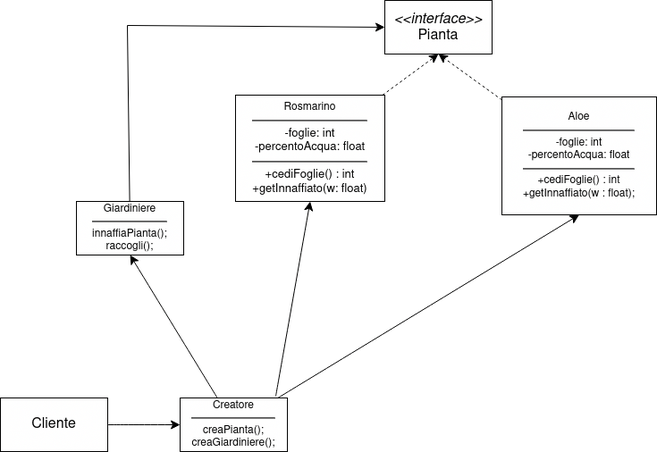
The draw.io diagram ProjectGarden/plantScheme.drawio.png in belligerentcrow/newProj, before a commit. Source tidied: cells renumbered, new cells last; positions are measured from the earlier drawing's top-left corner, leaving out a move shared by most shapes.
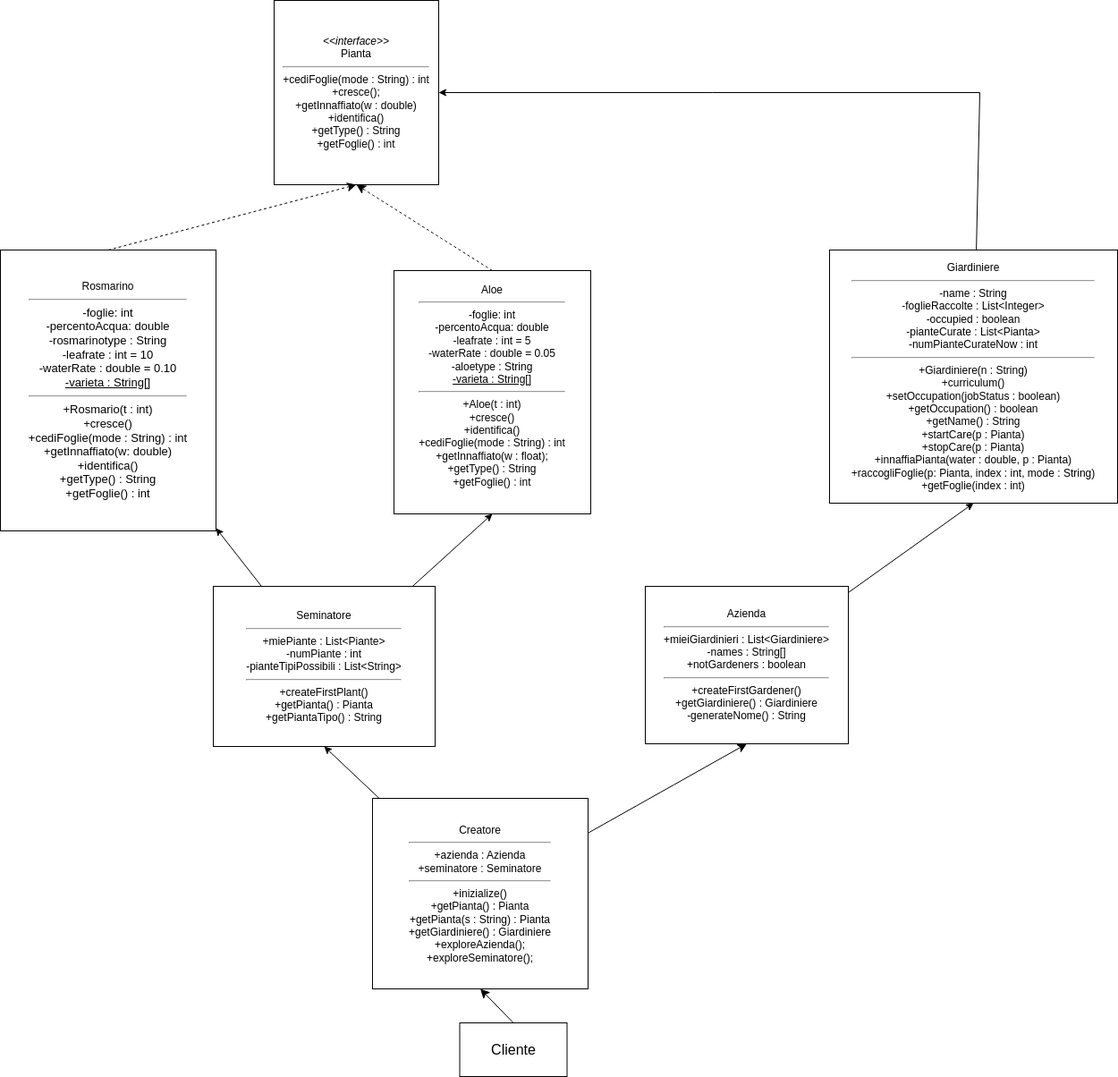
Above is the later version.

Diff of the diagram source:
```diff
@@ -2,50 +2,60 @@
   <root>
     <mxCell id="0" />
     <mxCell id="1" parent="0" />
-    <mxCell id="2" value="&lt;div&gt;&lt;i&gt;&lt;font style=&quot;font-size: 16px;&quot;&gt;&amp;lt;&amp;lt;interface&amp;gt;&amp;gt;&lt;br&gt;&lt;/font&gt;&lt;/i&gt;&lt;/div&gt;&lt;div&gt;&lt;font style=&quot;font-size: 16px;&quot;&gt;Pianta&lt;/font&gt;&lt;/div&gt;" style="rounded=0;whiteSpace=wrap;html=1;" parent="1" vertex="1">
-      <mxGeometry x="430" width="120" height="60" as="geometry" />
+    <mxCell id="2" value="&lt;i&gt;&amp;lt;&amp;lt;interface&amp;gt;&amp;gt;&lt;/i&gt;&lt;br&gt;Pianta&lt;br&gt;&lt;hr&gt;+cediFoglie(mode : String) : int&lt;br&gt;+cresce();&lt;br&gt;+getInnaffiato(w : double)&lt;br&gt;+identifica()&lt;br&gt;+getType() : String&lt;br&gt;+getFoglie() : int" style="rounded=0;whiteSpace=wrap;html=1;" parent="1" vertex="1">
+      <mxGeometry x="69" y="-429" width="184" height="206" as="geometry" />
     </mxCell>
     <mxCell id="3" value="&lt;font style=&quot;font-size: 16px;&quot;&gt;Cliente&lt;/font&gt;" style="rounded=0;whiteSpace=wrap;html=1;" parent="1" vertex="1">
-      <mxGeometry y="445" width="120" height="60" as="geometry" />
+      <mxGeometry x="276.5" y="714" width="120" height="60" as="geometry" />
     </mxCell>
-    <mxCell id="4" style="endArrow=classic;html=1;rounded=0;fontSize=12;startSize=8;endSize=8;curved=1;entryX=0;entryY=0.5;entryDx=0;entryDy=0;exitX=1;exitY=0.5;exitDx=0;exitDy=0;" parent="1" edge="1" source="3" target="12">
+    <mxCell id="4" style="endArrow=classic;html=1;rounded=0;fontSize=12;startSize=8;endSize=8;entryX=0.5;entryY=1;entryDx=0;entryDy=0;exitX=0.5;exitY=0;exitDx=0;exitDy=0;" parent="1" edge="1" source="3" target="12">
       <mxGeometry relative="1" as="geometry" />
     </mxCell>
-    <mxCell id="5" style="edgeStyle=none;curved=0;rounded=0;jettySize=auto;html=1;entryX=0.5;entryY=1;entryDx=0;entryDy=0;fontSize=12;startSize=8;endSize=8;dashed=1;" parent="1" edge="1" source="6" target="2">
+    <mxCell id="5" style="edgeStyle=none;curved=0;rounded=0;jettySize=auto;html=1;entryX=0.5;entryY=1;entryDx=0;entryDy=0;fontSize=12;startSize=8;endSize=8;dashed=1;exitX=0.5;exitY=0;exitDx=0;exitDy=0;" parent="1" edge="1" source="6" target="2">
       <mxGeometry relative="1" as="geometry" />
     </mxCell>
-    <mxCell id="6" value="&lt;div&gt;&lt;font style=&quot;font-size: 12px;&quot;&gt;Rosmarino&lt;/font&gt;&lt;br&gt;&lt;hr&gt;&lt;font style=&quot;font-size: 13px;&quot;&gt;-foglie: int&lt;/font&gt;&lt;/div&gt;&lt;div&gt;&lt;font style=&quot;font-size: 13px;&quot;&gt;-percentoAcqua: float&lt;br&gt;&lt;/font&gt;&lt;/div&gt;&lt;div style=&quot;font-size: 13px;&quot;&gt;&lt;hr&gt;+cediFoglie() : int&lt;font style=&quot;font-size: 13px;&quot;&gt;&lt;br&gt;&lt;/font&gt;&lt;/div&gt;&lt;div style=&quot;font-size: 13px;&quot;&gt;&lt;font style=&quot;font-size: 13px;&quot;&gt;+getInnaffiato(w: float)&lt;br&gt;&lt;/font&gt;&lt;/div&gt;" style="rounded=0;whiteSpace=wrap;html=1;spacing=0;" parent="1" vertex="1">
-      <mxGeometry x="263" y="106" width="167" height="119" as="geometry" />
+    <mxCell id="6" value="&lt;div&gt;&lt;font style=&quot;font-size: 12px;&quot;&gt;Rosmarino&lt;/font&gt;&lt;br&gt;&lt;hr&gt;&lt;font style=&quot;font-size: 13px;&quot;&gt;-foglie: int&lt;/font&gt;&lt;/div&gt;&lt;div&gt;&lt;font style=&quot;font-size: 13px;&quot;&gt;-percentoAcqua: double&lt;br&gt;&lt;/font&gt;&lt;/div&gt;&lt;div&gt;&lt;font style=&quot;font-size: 13px;&quot;&gt;-rosmarinotype : String&lt;/font&gt;&lt;/div&gt;&lt;div&gt;&lt;font style=&quot;font-size: 13px;&quot;&gt;-leafrate : int = 10&lt;/font&gt;&lt;/div&gt;&lt;div&gt;&lt;font style=&quot;font-size: 13px;&quot;&gt;-waterRate : double = 0.10&lt;/font&gt;&lt;/div&gt;&lt;div&gt;&lt;font style=&quot;font-size: 13px;&quot;&gt;&lt;u&gt;-varieta : String[]&lt;/u&gt;&lt;/font&gt;&lt;/div&gt;&lt;div style=&quot;font-size: 13px;&quot;&gt;&lt;hr&gt;+Rosmario(t : int)&lt;/div&gt;&lt;div style=&quot;font-size: 13px;&quot;&gt;+cresce()&lt;/div&gt;&lt;div style=&quot;font-size: 13px;&quot;&gt;+cediFoglie(mode : String) : int&lt;font style=&quot;font-size: 13px;&quot;&gt;&lt;br&gt;&lt;/font&gt;&lt;/div&gt;&lt;div style=&quot;font-size: 13px;&quot;&gt;&lt;font style=&quot;font-size: 13px;&quot;&gt;+getInnaffiato(w: double)&lt;br&gt;&lt;/font&gt;&lt;/div&gt;&lt;div style=&quot;font-size: 13px;&quot;&gt;&lt;font style=&quot;font-size: 13px;&quot;&gt;+identifica()&lt;/font&gt;&lt;/div&gt;&lt;div style=&quot;font-size: 13px;&quot;&gt;&lt;font style=&quot;font-size: 13px;&quot;&gt;+getType() : String&lt;/font&gt;&lt;/div&gt;&lt;div style=&quot;font-size: 13px;&quot;&gt;&lt;font style=&quot;font-size: 13px;&quot;&gt;+getFoglie() : int&lt;/font&gt;&lt;/div&gt;" style="rounded=0;whiteSpace=wrap;html=1;spacing=0;" parent="1" vertex="1">
+      <mxGeometry x="-237" y="-150" width="241" height="314" as="geometry" />
     </mxCell>
-    <mxCell id="7" style="edgeStyle=none;curved=1;rounded=0;jettySize=auto;html=1;entryX=0.5;entryY=1;entryDx=0;entryDy=0;fontSize=12;startSize=8;endSize=8;dashed=1;" parent="1" edge="1" source="8" target="2">
+    <mxCell id="7" style="edgeStyle=none;curved=1;rounded=0;jettySize=auto;html=1;entryX=0.5;entryY=1;entryDx=0;entryDy=0;fontSize=12;startSize=8;endSize=8;dashed=1;exitX=0.5;exitY=0;exitDx=0;exitDy=0;" parent="1" edge="1" source="8" target="2">
       <mxGeometry relative="1" as="geometry" />
     </mxCell>
-    <mxCell id="8" value="&lt;div&gt;&lt;font style=&quot;font-size: 12px;&quot;&gt;Aloe&lt;br&gt;&lt;/font&gt;&lt;/div&gt;&lt;div&gt;&lt;hr&gt;&lt;font style=&quot;font-size: 12px;&quot;&gt;-foglie: int&lt;/font&gt;&lt;/div&gt;&lt;div&gt;&lt;font style=&quot;font-size: 12px;&quot;&gt;-percentoAcqua: float&lt;br&gt;&lt;/font&gt;&lt;/div&gt;&lt;div&gt;&lt;hr&gt;+cediFoglie() : int&lt;font style=&quot;font-size: 12px;&quot;&gt;&lt;br&gt;&lt;/font&gt;&lt;/div&gt;&lt;div&gt;&lt;font style=&quot;font-size: 12px;&quot;&gt;+getInnaffiato(w : float);&lt;br&gt;&lt;/font&gt;&lt;/div&gt;" style="rounded=0;whiteSpace=wrap;html=1;spacing=0;" parent="1" vertex="1">
-      <mxGeometry x="561" y="108" width="173" height="132" as="geometry" />
+    <mxCell id="8" value="&lt;div&gt;&lt;font style=&quot;font-size: 12px;&quot;&gt;Aloe&lt;br&gt;&lt;/font&gt;&lt;/div&gt;&lt;div&gt;&lt;hr&gt;&lt;font style=&quot;font-size: 12px;&quot;&gt;-foglie: int&lt;/font&gt;&lt;/div&gt;&lt;div&gt;&lt;font style=&quot;font-size: 12px;&quot;&gt;-percentoAcqua: double&lt;br&gt;&lt;/font&gt;&lt;/div&gt;&lt;div&gt;-leafrate : int = 5&lt;/div&gt;&lt;div&gt;-waterRate : double = 0.05&lt;/div&gt;&lt;div&gt;-aloetype : String&lt;/div&gt;&lt;div&gt;&lt;u&gt;-varieta : String[]&lt;/u&gt;&lt;/div&gt;&lt;div&gt;&lt;hr&gt;+Aloe(t : int)&lt;/div&gt;&lt;div&gt;+cresce()&lt;/div&gt;&lt;div&gt;+identifica()&lt;/div&gt;&lt;div&gt;+cediFoglie(mode : String) : int&lt;font style=&quot;font-size: 12px;&quot;&gt;&lt;br&gt;&lt;/font&gt;&lt;/div&gt;&lt;div&gt;&lt;font style=&quot;font-size: 12px;&quot;&gt;+getInnaffiato(w : float);&lt;br&gt;&lt;/font&gt;&lt;/div&gt;&lt;div&gt;&lt;font style=&quot;font-size: 12px;&quot;&gt;+getType() : String&lt;/font&gt;&lt;/div&gt;&lt;div&gt;&lt;font style=&quot;font-size: 12px;&quot;&gt;+getFoglie() : int&lt;/font&gt;&lt;/div&gt;&lt;div&gt;&lt;font style=&quot;font-size: 12px;&quot;&gt;&lt;br&gt;&lt;/font&gt;&lt;/div&gt;" style="rounded=0;whiteSpace=wrap;html=1;spacing=0;" parent="1" vertex="1">
+      <mxGeometry x="203" y="-127" width="220" height="272" as="geometry" />
     </mxCell>
     <mxCell id="9" style="edgeStyle=none;curved=1;rounded=0;jettySize=auto;html=1;fontSize=12;startSize=8;endSize=8;entryX=0.5;entryY=1;entryDx=0;entryDy=0;" parent="1" edge="1" source="12" target="14">
       <mxGeometry relative="1" as="geometry" />
     </mxCell>
-    <mxCell id="10" style="edgeStyle=none;curved=1;rounded=0;jettySize=auto;html=1;entryX=0.5;entryY=1;entryDx=0;entryDy=0;fontSize=12;startSize=8;endSize=8;" parent="1" edge="1" target="6">
-      <mxGeometry relative="1" as="geometry">
-        <mxPoint x="308" y="443" as="sourcePoint" />
-      </mxGeometry>
-    </mxCell>
-    <mxCell id="11" style="edgeStyle=none;curved=1;rounded=0;jettySize=auto;html=1;entryX=0.5;entryY=1;entryDx=0;entryDy=0;fontSize=12;startSize=8;endSize=8;" parent="1" edge="1" source="12" target="8">
-      <mxGeometry relative="1" as="geometry" />
-    </mxCell>
+    <mxCell id="15" style="edgeStyle=none;rounded=0;html=1;entryX=0.5;entryY=1;entryDx=0;entryDy=0;" parent="1" edge="1" source="12" target="21">
+      <mxGeometry relative="1" as="geometry" />
+    </mxCell>
-    <mxCell id="12" value="&lt;div&gt;Creatore&lt;/div&gt;&lt;div&gt;&lt;hr&gt;creaPianta();&lt;/div&gt;&lt;div&gt;creaGiardiniere();&lt;br&gt;&lt;/div&gt;" style="rounded=0;whiteSpace=wrap;html=1;" parent="1" vertex="1">
-      <mxGeometry x="201" y="445" width="120" height="60" as="geometry" />
+    <mxCell id="12" value="&lt;div&gt;Creatore&lt;/div&gt;&lt;div&gt;&lt;hr&gt;+azienda : Azienda&lt;/div&gt;&lt;div&gt;+seminatore : Seminatore&lt;/div&gt;&lt;div&gt;&lt;/div&gt;&lt;div&gt;&lt;hr&gt;+inizialize()&lt;/div&gt;&lt;div&gt;+getPianta() : Pianta&lt;/div&gt;&lt;div&gt;+getPianta(s : String) : Pianta&lt;/div&gt;&lt;div&gt;+getGiardiniere() : Giardiniere&lt;br&gt;&lt;/div&gt;&lt;div&gt;+exploreAzienda();&lt;/div&gt;&lt;div&gt;+exploreSeminatore();&lt;/div&gt;" style="rounded=0;whiteSpace=wrap;html=1;" parent="1" vertex="1">
+      <mxGeometry x="179" y="463" width="241" height="213" as="geometry" />
     </mxCell>
-    <mxCell id="13" style="edgeStyle=none;curved=0;rounded=0;jettySize=auto;html=1;entryX=0;entryY=0.5;entryDx=0;entryDy=0;fontSize=12;startSize=8;endSize=8;" parent="1" edge="1" source="14" target="2">
-      <mxGeometry relative="1" as="geometry">
-        <Array as="points">
-          <mxPoint x="142" y="28" />
-        </Array>
-      </mxGeometry>
-    </mxCell>
+    <mxCell id="16" style="edgeStyle=none;html=1;entryX=0.5;entryY=1;entryDx=0;entryDy=0;" parent="1" edge="1" source="14" target="18">
+      <mxGeometry relative="1" as="geometry" />
+    </mxCell>
-    <mxCell id="14" value="&lt;div&gt;Giardiniere&lt;/div&gt;&lt;div&gt;&lt;hr&gt;innaffiaPianta();&lt;br&gt;&lt;/div&gt;&lt;div&gt;raccogli();&lt;br&gt;&lt;/div&gt;" style="rounded=0;whiteSpace=wrap;html=1;" parent="1" vertex="1">
-      <mxGeometry x="85" y="225" width="120" height="60" as="geometry" />
+    <mxCell id="14" value="&lt;div&gt;&lt;/div&gt;&lt;div&gt;Azienda&lt;/div&gt;&lt;div&gt;&lt;hr&gt;+mieiGiardinieri : List&amp;lt;Giardiniere&amp;gt;&lt;/div&gt;&lt;div&gt;-names : String[]&lt;/div&gt;&lt;div&gt;+notGardeners : boolean&lt;/div&gt;&lt;div&gt;&lt;hr&gt;+createFirstGardener()&lt;/div&gt;&lt;div&gt;+getGiardiniere() : Giardiniere&lt;/div&gt;&lt;div&gt;-generateNome() : String&lt;/div&gt;" style="rounded=0;whiteSpace=wrap;html=1;" parent="1" vertex="1">
+      <mxGeometry x="484" y="226" width="227" height="176" as="geometry" />
     </mxCell>
+    <mxCell id="17" style="edgeStyle=none;rounded=0;html=1;entryX=1;entryY=0.5;entryDx=0;entryDy=0;" parent="1" edge="1" source="18" target="2">
+      <mxGeometry relative="1" as="geometry">
+        <Array as="points">
+          <mxPoint x="858" y="-326" />
+        </Array>
+      </mxGeometry>
+    </mxCell>
+    <mxCell id="18" value="Giardiniere&lt;br&gt;&lt;hr&gt;-name : String&lt;br&gt;-foglieRaccolte : List&amp;lt;Integer&amp;gt;&lt;br&gt;-occupied : boolean&lt;br&gt;-pianteCurate : List&amp;lt;Pianta&amp;gt;&lt;br&gt;-numPianteCurateNow : int&lt;br&gt;&lt;hr&gt;+Giardiniere(n : String)&lt;br&gt;+curriculum()&lt;br&gt;+setOccupation(jobStatus : boolean)&lt;br&gt;+getOccupation() : boolean&lt;br&gt;+getName() : String&lt;br&gt;+startCare(p : Pianta)&lt;br&gt;+stopCare(p : Pianta)&lt;br&gt;+innaffiaPianta(water : double, p : Pianta)&lt;br&gt;+raccogliFoglie(p: Pianta, index : int, mode : String)&lt;br&gt;+getFoglie(index : int)" style="rounded=0;whiteSpace=wrap;html=1;spacing=0;" parent="1" vertex="1">
+      <mxGeometry x="690" y="-150" width="322" height="283" as="geometry" />
+    </mxCell>
+    <mxCell id="19" style="edgeStyle=none;rounded=0;html=1;" parent="1" edge="1" source="21" target="6">
+      <mxGeometry relative="1" as="geometry" />
+    </mxCell>
+    <mxCell id="20" style="edgeStyle=none;rounded=0;html=1;entryX=0.5;entryY=1;entryDx=0;entryDy=0;" parent="1" edge="1" source="21" target="8">
+      <mxGeometry relative="1" as="geometry" />
+    </mxCell>
+    <mxCell id="21" value="Seminatore&lt;br&gt;&lt;hr&gt;+miePiante : List&amp;lt;Piante&amp;gt;&lt;br&gt;-numPiante : int&lt;br&gt;-pianteTipiPossibili : List&amp;lt;String&amp;gt;&lt;br&gt;&lt;hr&gt;+createFirstPlant()&lt;br&gt;+getPianta() : Pianta&lt;br&gt;+getPiantaTipo() : String" style="rounded=0;whiteSpace=wrap;html=1;" parent="1" vertex="1">
+      <mxGeometry x="1" y="226" width="248" height="179" as="geometry" />
+    </mxCell>
   </root>
 </mxGraphModel>
```
